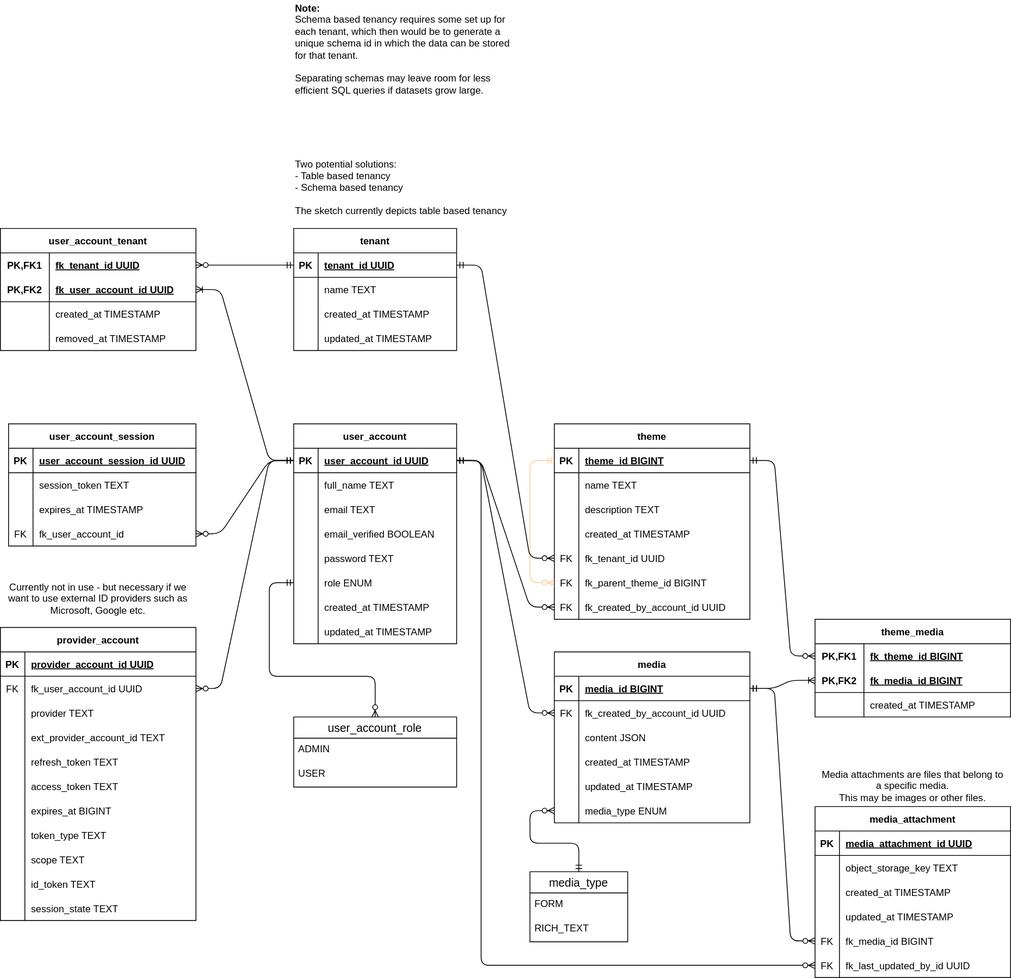
This is docs/erdiagram.drawio.svg from NTNU-IE-IIR/tidlig-innsats-ungdom, a draw.io export, as it was before one commit. Source tidied: cells renumbered, new cells last; positions are measured from the earlier drawing's top-left corner, leaving out a move shared by most shapes.
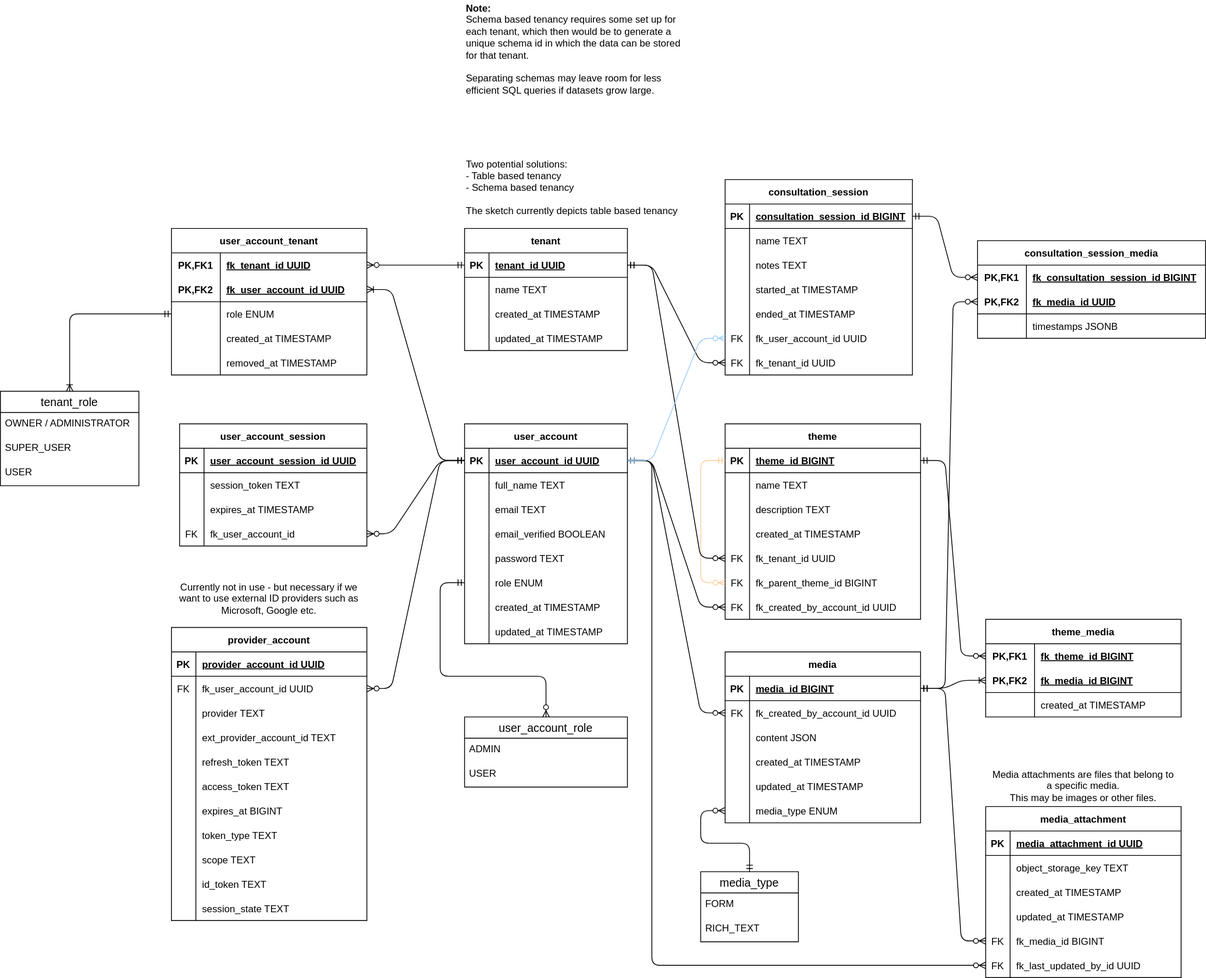
The same file after the commit.

Commit message:
docs: update ER diagram to include consultations & tenant roles

The edit, as a diff of the source:
```diff
@@ -476,7 +476,7 @@
       <mxGeometry x="30" width="170" height="30" as="geometry" />
     </mxCell>
     <mxCell id="154" value="user_account_tenant" style="shape=table;startSize=30;rowLines=0;fontStyle=1;align=center;" parent="1" vertex="1">
-      <mxGeometry y="280" width="240" height="150" as="geometry" />
+      <mxGeometry y="280" width="240" height="180" as="geometry" />
     </mxCell>
     <mxCell id="155" style="shape=tableRow;horizontal=0;startSize=0;swimlaneHead=0;swimlaneBody=0;fillColor=none;points=[[0,0.5],[1,0.5]];portConstraint=eastwest;top=0;left=0;right=0;bottom=0;" parent="154" vertex="1">
       <mxGeometry y="30" width="240" height="30" as="geometry" />
@@ -496,8 +496,17 @@
     <mxCell id="160" value="fk_user_account_id UUID" style="shape=partialRectangle;fillColor=none;top=0;left=0;bottom=0;right=0;align=left;spacingLeft=6;fontStyle=5;overflow=hidden;" parent="158" vertex="1">
       <mxGeometry x="60" width="180" height="30" as="geometry" />
     </mxCell>
+    <mxCell id="194" style="shape=tableRow;horizontal=0;startSize=0;swimlaneHead=0;swimlaneBody=0;fillColor=none;points=[[0,0.5],[1,0.5]];portConstraint=eastwest;top=0;left=0;right=0;bottom=0;" parent="154" vertex="1">
+      <mxGeometry y="90" width="240" height="30" as="geometry" />
+    </mxCell>
+    <mxCell id="195" style="shape=partialRectangle;fillColor=none;top=0;left=0;bottom=0;right=0;overflow=hidden;" parent="194" vertex="1">
+      <mxGeometry width="60" height="30" as="geometry" />
+    </mxCell>
+    <mxCell id="196" value="role ENUM" style="shape=partialRectangle;fillColor=none;top=0;left=0;bottom=0;right=0;align=left;spacingLeft=6;overflow=hidden;" parent="194" vertex="1">
+      <mxGeometry x="60" width="180" height="30" as="geometry" />
+    </mxCell>
     <mxCell id="161" style="shape=tableRow;horizontal=0;startSize=0;swimlaneHead=0;swimlaneBody=0;fillColor=none;top=0;left=0;right=0;bottom=0;" parent="154" vertex="1">
-      <mxGeometry y="90" width="240" height="30" as="geometry" />
+      <mxGeometry y="120" width="240" height="30" as="geometry" />
     </mxCell>
     <mxCell id="162" style="shape=partialRectangle;fillColor=none;top=0;left=0;bottom=0;right=0;overflow=hidden;" parent="161" vertex="1">
       <mxGeometry width="60" height="30" as="geometry" />
@@ -506,7 +515,7 @@
       <mxGeometry x="60" width="180" height="30" as="geometry" />
     </mxCell>
     <mxCell id="164" style="shape=tableRow;horizontal=0;startSize=0;swimlaneHead=0;swimlaneBody=0;fillColor=none;top=0;left=0;right=0;bottom=0;" parent="154" vertex="1">
-      <mxGeometry y="120" width="240" height="30" as="geometry" />
+      <mxGeometry y="150" width="240" height="30" as="geometry" />
     </mxCell>
     <mxCell id="165" style="shape=partialRectangle;fillColor=none;top=0;left=0;bottom=0;right=0;overflow=hidden;" parent="164" vertex="1">
       <mxGeometry width="60" height="30" as="geometry" />
@@ -600,5 +609,128 @@
     <mxCell id="193" value="&lt;b&gt;Note:&lt;/b&gt;&lt;br&gt;Schema based tenancy requires some set up for each tenant, which then would be to generate a unique schema id in which the data can be stored for that tenant.&lt;br&gt;&lt;br&gt;Separating schemas may leave room for less efficient SQL queries if datasets grow large.&amp;nbsp;" style="text;html=1;strokeColor=none;fillColor=none;align=left;verticalAlign=middle;whiteSpace=wrap;rounded=0;" parent="1" vertex="1">
       <mxGeometry x="360" width="270" height="120" as="geometry" />
     </mxCell>
+    <mxCell id="197" value="consultation_session" style="shape=table;startSize=30;rowLines=0;fontStyle=1;align=center;" parent="1" vertex="1">
+      <mxGeometry x="680" y="220" width="230" height="240" as="geometry" />
+    </mxCell>
+    <mxCell id="198" style="shape=tableRow;horizontal=0;startSize=0;swimlaneHead=0;swimlaneBody=0;fillColor=none;points=[[0,0.5],[1,0.5]];portConstraint=eastwest;top=0;left=0;right=0;bottom=1;" parent="197" vertex="1">
+      <mxGeometry y="30" width="230" height="30" as="geometry" />
+    </mxCell>
+    <mxCell id="199" value="PK" style="shape=partialRectangle;fillColor=none;top=0;left=0;bottom=0;right=0;fontStyle=1;overflow=hidden;" parent="198" vertex="1">
+      <mxGeometry width="30" height="30" as="geometry" />
+    </mxCell>
+    <mxCell id="200" value="consultation_session_id BIGINT" style="shape=partialRectangle;fillColor=none;top=0;left=0;bottom=0;right=0;align=left;spacingLeft=6;fontStyle=5;overflow=hidden;" parent="198" vertex="1">
+      <mxGeometry x="30" width="200" height="30" as="geometry" />
+    </mxCell>
+    <mxCell id="201" style="shape=tableRow;horizontal=0;startSize=0;swimlaneHead=0;swimlaneBody=0;fillColor=none;top=0;left=0;right=0;bottom=0;" parent="197" vertex="1">
+      <mxGeometry y="60" width="230" height="30" as="geometry" />
+    </mxCell>
+    <mxCell id="202" style="shape=partialRectangle;fillColor=none;top=0;left=0;bottom=0;right=0;overflow=hidden;" parent="201" vertex="1">
+      <mxGeometry width="30" height="30" as="geometry" />
+    </mxCell>
+    <mxCell id="203" value="name TEXT" style="shape=partialRectangle;fillColor=none;top=0;left=0;bottom=0;right=0;align=left;spacingLeft=6;overflow=hidden;" parent="201" vertex="1">
+      <mxGeometry x="30" width="200" height="30" as="geometry" />
+    </mxCell>
+    <mxCell id="204" style="shape=tableRow;horizontal=0;startSize=0;swimlaneHead=0;swimlaneBody=0;fillColor=none;top=0;left=0;right=0;bottom=0;" parent="197" vertex="1">
+      <mxGeometry y="90" width="230" height="30" as="geometry" />
+    </mxCell>
+    <mxCell id="205" style="shape=partialRectangle;fillColor=none;top=0;left=0;bottom=0;right=0;overflow=hidden;" parent="204" vertex="1">
+      <mxGeometry width="30" height="30" as="geometry" />
+    </mxCell>
+    <mxCell id="206" value="notes TEXT" style="shape=partialRectangle;fillColor=none;top=0;left=0;bottom=0;right=0;align=left;spacingLeft=6;overflow=hidden;" parent="204" vertex="1">
+      <mxGeometry x="30" width="200" height="30" as="geometry" />
+    </mxCell>
+    <mxCell id="207" style="shape=tableRow;horizontal=0;startSize=0;swimlaneHead=0;swimlaneBody=0;fillColor=none;top=0;left=0;right=0;bottom=0;" parent="197" vertex="1">
+      <mxGeometry y="120" width="230" height="30" as="geometry" />
+    </mxCell>
+    <mxCell id="208" style="shape=partialRectangle;fillColor=none;top=0;left=0;bottom=0;right=0;overflow=hidden;" parent="207" vertex="1">
+      <mxGeometry width="30" height="30" as="geometry" />
+    </mxCell>
+    <mxCell id="209" value="started_at TIMESTAMP" style="shape=partialRectangle;fillColor=none;top=0;left=0;bottom=0;right=0;align=left;spacingLeft=6;overflow=hidden;" parent="207" vertex="1">
+      <mxGeometry x="30" width="200" height="30" as="geometry" />
+    </mxCell>
+    <mxCell id="210" style="shape=tableRow;horizontal=0;startSize=0;swimlaneHead=0;swimlaneBody=0;fillColor=none;top=0;left=0;right=0;bottom=0;" parent="197" vertex="1">
+      <mxGeometry y="150" width="230" height="30" as="geometry" />
+    </mxCell>
+    <mxCell id="211" style="shape=partialRectangle;fillColor=none;top=0;left=0;bottom=0;right=0;overflow=hidden;" parent="210" vertex="1">
+      <mxGeometry width="30" height="30" as="geometry" />
+    </mxCell>
+    <mxCell id="212" value="ended_at TIMESTAMP" style="shape=partialRectangle;fillColor=none;top=0;left=0;bottom=0;right=0;align=left;spacingLeft=6;overflow=hidden;" parent="210" vertex="1">
+      <mxGeometry x="30" width="200" height="30" as="geometry" />
+    </mxCell>
+    <mxCell id="213" style="shape=tableRow;horizontal=0;startSize=0;swimlaneHead=0;swimlaneBody=0;fillColor=none;points=[[0,0.5],[1,0.5]];portConstraint=eastwest;top=0;left=0;right=0;bottom=0;" parent="197" vertex="1">
+      <mxGeometry y="180" width="230" height="30" as="geometry" />
+    </mxCell>
+    <mxCell id="214" value="FK" style="shape=partialRectangle;fillColor=none;top=0;left=0;bottom=0;right=0;fontStyle=0;overflow=hidden;" parent="213" vertex="1">
+      <mxGeometry width="30" height="30" as="geometry" />
+    </mxCell>
+    <mxCell id="215" value="fk_user_account_id UUID" style="shape=partialRectangle;fillColor=none;top=0;left=0;bottom=0;right=0;align=left;spacingLeft=6;fontStyle=0;overflow=hidden;" parent="213" vertex="1">
+      <mxGeometry x="30" width="200" height="30" as="geometry" />
+    </mxCell>
+    <mxCell id="216" style="shape=tableRow;horizontal=0;startSize=0;swimlaneHead=0;swimlaneBody=0;fillColor=none;points=[[0,0.5],[1,0.5]];portConstraint=eastwest;top=0;left=0;right=0;bottom=0;" parent="197" vertex="1">
+      <mxGeometry y="210" width="230" height="30" as="geometry" />
+    </mxCell>
+    <mxCell id="217" value="FK" style="shape=partialRectangle;fillColor=none;top=0;left=0;bottom=0;right=0;fontStyle=0;overflow=hidden;" parent="216" vertex="1">
+      <mxGeometry width="30" height="30" as="geometry" />
+    </mxCell>
+    <mxCell id="218" value="fk_tenant_id UUID" style="shape=partialRectangle;fillColor=none;top=0;left=0;bottom=0;right=0;align=left;spacingLeft=6;fontStyle=0;overflow=hidden;" parent="216" vertex="1">
+      <mxGeometry x="30" width="200" height="30" as="geometry" />
+    </mxCell>
+    <mxCell id="219" style="edgeStyle=entityRelationEdgeStyle;fontSize=12;html=1;endArrow=ERzeroToMany;startArrow=ERmandOne;exitX=1;exitY=0.5;exitDx=0;exitDy=0;entryX=0;entryY=0.5;entryDx=0;entryDy=0;" parent="1" edge="1" source="142" target="216">
+      <mxGeometry relative="1" as="geometry" />
+    </mxCell>
+    <mxCell id="220" style="edgeStyle=entityRelationEdgeStyle;fontSize=12;html=1;endArrow=ERzeroToMany;startArrow=ERmandOne;exitX=1;exitY=0.5;exitDx=0;exitDy=0;entryX=0;entryY=0.5;entryDx=0;entryDy=0;strokeColor=#99CCFF;" parent="1" edge="1" source="3" target="213">
+      <mxGeometry relative="1" as="geometry" />
+    </mxCell>
+    <mxCell id="221" value="consultation_session_media" style="shape=table;startSize=30;rowLines=0;fontStyle=1;align=center;" parent="1" vertex="1">
+      <mxGeometry x="990" y="295" width="280" height="120" as="geometry" />
+    </mxCell>
+    <mxCell id="222" style="shape=tableRow;horizontal=0;startSize=0;swimlaneHead=0;swimlaneBody=0;fillColor=none;points=[[0,0.5],[1,0.5]];portConstraint=eastwest;top=0;left=0;right=0;bottom=0;" parent="221" vertex="1">
+      <mxGeometry y="30" width="280" height="30" as="geometry" />
+    </mxCell>
+    <mxCell id="223" value="PK,FK1" style="shape=partialRectangle;fillColor=none;top=0;left=0;bottom=0;right=0;fontStyle=1;overflow=hidden;" parent="222" vertex="1">
+      <mxGeometry width="60" height="30" as="geometry" />
+    </mxCell>
+    <mxCell id="224" value="fk_consultation_session_id BIGINT" style="shape=partialRectangle;fillColor=none;top=0;left=0;bottom=0;right=0;align=left;spacingLeft=6;fontStyle=5;overflow=hidden;" parent="222" vertex="1">
+      <mxGeometry x="60" width="220" height="30" as="geometry" />
+    </mxCell>
+    <mxCell id="225" style="shape=tableRow;horizontal=0;startSize=0;swimlaneHead=0;swimlaneBody=0;fillColor=none;points=[[0,0.5],[1,0.5]];portConstraint=eastwest;top=0;left=0;right=0;bottom=1;" parent="221" vertex="1">
+      <mxGeometry y="60" width="280" height="30" as="geometry" />
+    </mxCell>
+    <mxCell id="226" value="PK,FK2" style="shape=partialRectangle;fillColor=none;top=0;left=0;bottom=0;right=0;fontStyle=1;overflow=hidden;" parent="225" vertex="1">
+      <mxGeometry width="60" height="30" as="geometry" />
+    </mxCell>
+    <mxCell id="227" value="fk_media_id UUID" style="shape=partialRectangle;fillColor=none;top=0;left=0;bottom=0;right=0;align=left;spacingLeft=6;fontStyle=5;overflow=hidden;" parent="225" vertex="1">
+      <mxGeometry x="60" width="220" height="30" as="geometry" />
+    </mxCell>
+    <mxCell id="228" style="shape=tableRow;horizontal=0;startSize=0;swimlaneHead=0;swimlaneBody=0;fillColor=none;top=0;left=0;right=0;bottom=0;" parent="221" vertex="1">
+      <mxGeometry y="90" width="280" height="30" as="geometry" />
+    </mxCell>
+    <mxCell id="229" style="shape=partialRectangle;fillColor=none;top=0;left=0;bottom=0;right=0;overflow=hidden;" parent="228" vertex="1">
+      <mxGeometry width="60" height="30" as="geometry" />
+    </mxCell>
+    <mxCell id="230" value="timestamps JSONB" style="shape=partialRectangle;fillColor=none;top=0;left=0;bottom=0;right=0;align=left;spacingLeft=6;overflow=hidden;" parent="228" vertex="1">
+      <mxGeometry x="60" width="220" height="30" as="geometry" />
+    </mxCell>
+    <mxCell id="231" style="edgeStyle=entityRelationEdgeStyle;fontSize=12;html=1;endArrow=ERzeroToMany;startArrow=ERmandOne;exitX=1;exitY=0.5;exitDx=0;exitDy=0;entryX=0;entryY=0.5;entryDx=0;entryDy=0;" parent="1" edge="1" source="198" target="222">
+      <mxGeometry relative="1" as="geometry" />
+    </mxCell>
+    <mxCell id="232" style="edgeStyle=entityRelationEdgeStyle;fontSize=12;html=1;endArrow=ERzeroToMany;startArrow=ERmandOne;exitX=1;exitY=0.5;exitDx=0;exitDy=0;entryX=0;entryY=0.5;entryDx=0;entryDy=0;" parent="1" edge="1" source="52" target="225">
+      <mxGeometry relative="1" as="geometry" />
+    </mxCell>
+    <mxCell id="233" value="tenant_role" style="swimlane;fontStyle=0;horizontal=1;startSize=26;align=center;fontSize=14;" parent="1" vertex="1">
+      <mxGeometry x="-210" y="480" width="170" height="116" as="geometry" />
+    </mxCell>
+    <mxCell id="234" value="OWNER / ADMINISTRATOR" style="text;strokeColor=none;fillColor=none;spacingLeft=4;spacingRight=4;overflow=hidden;fontSize=12;" parent="233" vertex="1">
+      <mxGeometry y="26" width="170" height="30" as="geometry" />
+    </mxCell>
+    <mxCell id="235" value="SUPER_USER" style="text;strokeColor=none;fillColor=none;spacingLeft=4;spacingRight=4;overflow=hidden;fontSize=12;" parent="233" vertex="1">
+      <mxGeometry y="56" width="170" height="30" as="geometry" />
+    </mxCell>
+    <mxCell id="236" value="USER" style="text;strokeColor=none;fillColor=none;spacingLeft=4;spacingRight=4;overflow=hidden;fontSize=12;" parent="233" vertex="1">
+      <mxGeometry y="86" width="170" height="30" as="geometry" />
+    </mxCell>
+    <mxCell id="237" style="edgeStyle=orthogonalEdgeStyle;fontSize=12;html=1;endArrow=ERoneToMany;startArrow=ERmandOne;endFill=0;entryX=0.5;entryY=0;entryDx=0;entryDy=0;exitX=0;exitY=0.5;exitDx=0;exitDy=0;" parent="1" edge="1" source="194" target="233">
+      <mxGeometry relative="1" as="geometry" />
+    </mxCell>
   </root>
 </mxGraphModel>
```
